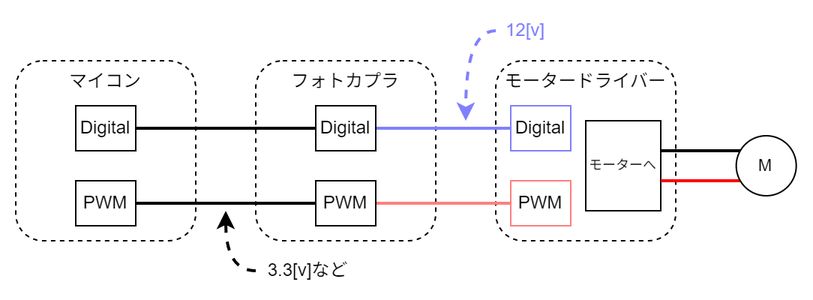
Earlier version of the draw.io export book/resources/BasicContents/motor/digi_pwm_voltage.png (s2301089/Control_General). Source tidied: cells renumbered, new cells last; positions are measured from the earlier drawing's top-left corner, leaving out a move shared by most shapes.
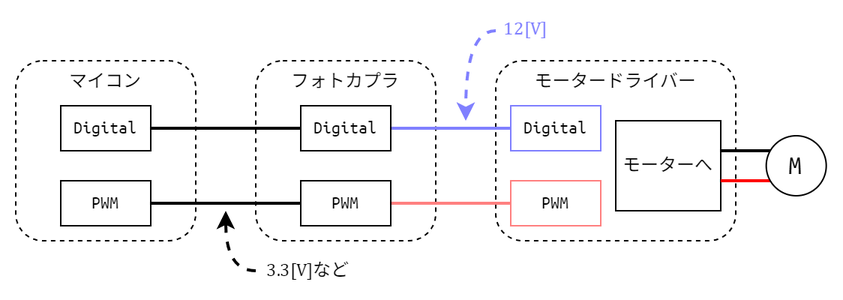
After the change.

The edit, as a diff of the source:
```diff
@@ -2,64 +2,64 @@
   <root>
     <mxCell id="0" />
     <mxCell id="1" parent="0" />
-    <mxCell id="2" value="モータードライバー" style="rounded=1;whiteSpace=wrap;html=1;labelPosition=center;verticalLabelPosition=middle;align=center;verticalAlign=top;dashed=1;" parent="1" vertex="1">
-      <mxGeometry x="320" y="30" width="120" height="120" as="geometry" />
+    <mxCell id="2" value="モータードライバー" style="rounded=1;whiteSpace=wrap;html=1;labelPosition=center;verticalLabelPosition=middle;align=center;verticalAlign=top;dashed=1;fontFamily=ubuntu mono;fontSize=12;" parent="1" vertex="1">
+      <mxGeometry x="320" y="30" width="160" height="120" as="geometry" />
     </mxCell>
-    <mxCell id="3" value="フォトカプラ" style="rounded=1;whiteSpace=wrap;html=1;labelPosition=center;verticalLabelPosition=middle;align=center;verticalAlign=top;dashed=1;" parent="1" vertex="1">
+    <mxCell id="3" value="フォトカプラ" style="rounded=1;whiteSpace=wrap;html=1;labelPosition=center;verticalLabelPosition=middle;align=center;verticalAlign=top;dashed=1;fontFamily=ubuntu mono;fontSize=12;" parent="1" vertex="1">
       <mxGeometry x="160" y="30" width="120" height="120" as="geometry" />
     </mxCell>
-    <mxCell id="4" value="マイコン" style="rounded=1;whiteSpace=wrap;html=1;labelPosition=center;verticalLabelPosition=middle;align=center;verticalAlign=top;dashed=1;" parent="1" vertex="1">
+    <mxCell id="4" value="マイコン" style="rounded=1;whiteSpace=wrap;html=1;labelPosition=center;verticalLabelPosition=middle;align=center;verticalAlign=top;dashed=1;fontFamily=ubuntu mono;fontSize=12;" parent="1" vertex="1">
       <mxGeometry y="30" width="120" height="120" as="geometry" />
     </mxCell>
-    <mxCell id="5" style="edgeStyle=orthogonalEdgeStyle;shape=connector;rounded=0;jettySize=auto;html=1;exitX=1;exitY=0.5;exitDx=0;exitDy=0;strokeColor=#000000;strokeWidth=2;align=center;verticalAlign=middle;fontFamily=Helvetica;fontSize=11;fontColor=default;labelBackgroundColor=default;startFill=0;endArrow=none;" parent="1" edge="1" source="6" target="10">
+    <mxCell id="5" style="edgeStyle=orthogonalEdgeStyle;shape=connector;rounded=0;jettySize=auto;html=1;exitX=1;exitY=0.5;exitDx=0;exitDy=0;strokeColor=#000000;strokeWidth=2;align=center;verticalAlign=middle;fontFamily=ubuntu mono;fontSize=12;fontColor=default;labelBackgroundColor=default;startFill=0;endArrow=none;" parent="1" edge="1" source="6" target="10">
       <mxGeometry relative="1" as="geometry" />
     </mxCell>
-    <mxCell id="6" value="Digital" style="rounded=0;whiteSpace=wrap;html=1;" parent="1" vertex="1">
-      <mxGeometry x="40" y="60" width="40" height="30" as="geometry" />
+    <mxCell id="6" value="Digital" style="rounded=0;whiteSpace=wrap;html=1;fontFamily=ubuntu mono;fontSize=12;" parent="1" vertex="1">
+      <mxGeometry x="30" y="60" width="60" height="30" as="geometry" />
     </mxCell>
-    <mxCell id="7" style="edgeStyle=orthogonalEdgeStyle;rounded=0;jettySize=auto;html=1;exitX=1;exitY=0.5;exitDx=0;exitDy=0;endArrow=none;startFill=0;strokeWidth=2;strokeColor=#000000;" parent="1" edge="1" source="8" target="12">
+    <mxCell id="7" style="edgeStyle=orthogonalEdgeStyle;rounded=0;jettySize=auto;html=1;exitX=1;exitY=0.5;exitDx=0;exitDy=0;endArrow=none;startFill=0;strokeWidth=2;strokeColor=#000000;fontFamily=ubuntu mono;fontSize=12;" parent="1" edge="1" source="8" target="12">
       <mxGeometry relative="1" as="geometry" />
     </mxCell>
-    <mxCell id="8" value="PWM" style="rounded=0;whiteSpace=wrap;html=1;" parent="1" vertex="1">
-      <mxGeometry x="40" y="110" width="40" height="30" as="geometry" />
+    <mxCell id="8" value="PWM" style="rounded=0;whiteSpace=wrap;html=1;fontFamily=ubuntu mono;fontSize=12;" parent="1" vertex="1">
+      <mxGeometry x="30" y="110" width="60" height="30" as="geometry" />
     </mxCell>
-    <mxCell id="9" style="edgeStyle=orthogonalEdgeStyle;shape=connector;rounded=0;jettySize=auto;html=1;exitX=1;exitY=0.5;exitDx=0;exitDy=0;strokeColor=#8080FF;strokeWidth=2;align=center;verticalAlign=middle;fontFamily=Helvetica;fontSize=11;fontColor=default;labelBackgroundColor=default;startFill=0;endArrow=none;" parent="1" edge="1" source="10" target="13">
+    <mxCell id="9" style="edgeStyle=orthogonalEdgeStyle;shape=connector;rounded=0;jettySize=auto;html=1;exitX=1;exitY=0.5;exitDx=0;exitDy=0;strokeColor=#8080FF;strokeWidth=2;align=center;verticalAlign=middle;fontFamily=ubuntu mono;fontSize=12;fontColor=default;labelBackgroundColor=default;startFill=0;endArrow=none;" parent="1" edge="1" source="10" target="13">
       <mxGeometry relative="1" as="geometry" />
     </mxCell>
-    <mxCell id="10" value="Digital" style="rounded=0;whiteSpace=wrap;html=1;" parent="1" vertex="1">
-      <mxGeometry x="200" y="60" width="40" height="30" as="geometry" />
+    <mxCell id="10" value="Digital" style="rounded=0;whiteSpace=wrap;html=1;fontFamily=ubuntu mono;fontSize=12;" parent="1" vertex="1">
+      <mxGeometry x="190" y="60" width="60" height="30" as="geometry" />
     </mxCell>
-    <mxCell id="11" style="edgeStyle=orthogonalEdgeStyle;shape=connector;rounded=0;jettySize=auto;html=1;exitX=1;exitY=0.5;exitDx=0;exitDy=0;strokeColor=#FF8080;strokeWidth=2;align=center;verticalAlign=middle;fontFamily=Helvetica;fontSize=11;fontColor=default;labelBackgroundColor=default;startFill=0;endArrow=none;" parent="1" edge="1" source="12" target="14">
+    <mxCell id="11" style="edgeStyle=orthogonalEdgeStyle;shape=connector;rounded=0;jettySize=auto;html=1;exitX=1;exitY=0.5;exitDx=0;exitDy=0;strokeColor=#FF8080;strokeWidth=2;align=center;verticalAlign=middle;fontFamily=ubuntu mono;fontSize=12;fontColor=default;labelBackgroundColor=default;startFill=0;endArrow=none;" parent="1" edge="1" source="12" target="14">
       <mxGeometry relative="1" as="geometry" />
     </mxCell>
-    <mxCell id="12" value="PWM" style="rounded=0;whiteSpace=wrap;html=1;" parent="1" vertex="1">
-      <mxGeometry x="200" y="110" width="40" height="30" as="geometry" />
+    <mxCell id="12" value="PWM" style="rounded=0;whiteSpace=wrap;html=1;fontFamily=ubuntu mono;fontSize=12;" parent="1" vertex="1">
+      <mxGeometry x="190" y="110" width="60" height="30" as="geometry" />
     </mxCell>
-    <mxCell id="13" value="Digital" style="rounded=0;whiteSpace=wrap;html=1;strokeColor=#8080FF;" parent="1" vertex="1">
-      <mxGeometry x="330" y="60" width="40" height="30" as="geometry" />
+    <mxCell id="13" value="Digital" style="rounded=0;whiteSpace=wrap;html=1;strokeColor=#8080FF;fontFamily=ubuntu mono;fontSize=12;" parent="1" vertex="1">
+      <mxGeometry x="330" y="60" width="60" height="30" as="geometry" />
     </mxCell>
-    <mxCell id="14" value="PWM" style="rounded=0;whiteSpace=wrap;html=1;strokeColor=#FF8080;" parent="1" vertex="1">
-      <mxGeometry x="330" y="110" width="40" height="30" as="geometry" />
+    <mxCell id="14" value="PWM" style="rounded=0;whiteSpace=wrap;html=1;strokeColor=#FF8080;fontFamily=ubuntu mono;fontSize=12;" parent="1" vertex="1">
+      <mxGeometry x="330" y="110" width="60" height="30" as="geometry" />
     </mxCell>
-    <mxCell id="15" value="モーターへ" style="rounded=0;whiteSpace=wrap;html=1;fontFamily=Helvetica;fontSize=9;fontColor=default;labelBackgroundColor=default;" parent="1" vertex="1">
-      <mxGeometry x="380" y="70" width="50" height="60" as="geometry" />
+    <mxCell id="15" value="モーターへ" style="rounded=0;whiteSpace=wrap;html=1;fontFamily=ubuntu mono;fontSize=12;fontColor=default;labelBackgroundColor=default;" parent="1" vertex="1">
+      <mxGeometry x="400" y="70" width="70" height="60" as="geometry" />
     </mxCell>
-    <mxCell id="16" style="endArrow=none;html=1;rounded=0;strokeColor=#FF0000;strokeWidth=2;align=center;verticalAlign=middle;fontFamily=Helvetica;fontSize=11;fontColor=#000000;labelBackgroundColor=default;edgeStyle=orthogonalEdgeStyle;exitX=0.987;exitY=0.34;exitDx=0;exitDy=0;exitPerimeter=0;entryX=0.492;entryY=0.25;entryDx=0;entryDy=0;entryPerimeter=0;" parent="1" edge="1">
+    <mxCell id="16" style="endArrow=none;html=1;rounded=0;strokeColor=#FF0000;strokeWidth=2;align=center;verticalAlign=middle;fontFamily=ubuntu mono;fontSize=12;fontColor=#000000;labelBackgroundColor=default;edgeStyle=orthogonalEdgeStyle;entryX=0.492;entryY=0.25;entryDx=0;entryDy=0;entryPerimeter=0;" parent="1" edge="1">
       <mxGeometry relative="1" as="geometry">
-        <mxPoint x="430" y="110" as="sourcePoint" />
-        <mxPoint x="501" y="110" as="targetPoint" />
+        <mxPoint x="470" y="110" as="sourcePoint" />
+        <mxPoint x="521" y="110" as="targetPoint" />
       </mxGeometry>
     </mxCell>
-    <mxCell id="17" style="endArrow=none;html=1;rounded=0;strokeColor=#000000;strokeWidth=2;align=center;verticalAlign=middle;fontFamily=Helvetica;fontSize=11;fontColor=default;labelBackgroundColor=default;edgeStyle=orthogonalEdgeStyle;exitX=0.987;exitY=0.34;exitDx=0;exitDy=0;exitPerimeter=0;entryX=0.492;entryY=0.25;entryDx=0;entryDy=0;entryPerimeter=0;" parent="1" edge="1">
+    <mxCell id="17" style="endArrow=none;html=1;rounded=0;strokeColor=#000000;strokeWidth=2;align=center;verticalAlign=middle;fontFamily=ubuntu mono;fontSize=12;fontColor=default;labelBackgroundColor=default;edgeStyle=orthogonalEdgeStyle;entryX=0.492;entryY=0.25;entryDx=0;entryDy=0;entryPerimeter=0;" parent="1" edge="1">
       <mxGeometry relative="1" as="geometry">
-        <mxPoint x="430" y="90" as="sourcePoint" />
-        <mxPoint x="501" y="90" as="targetPoint" />
+        <mxPoint x="470" y="90" as="sourcePoint" />
+        <mxPoint x="521" y="90" as="targetPoint" />
       </mxGeometry>
     </mxCell>
-    <mxCell id="18" value="M" style="ellipse;whiteSpace=wrap;html=1;fontFamily=Helvetica;fontSize=11;fontColor=default;labelBackgroundColor=default;" parent="1" vertex="1">
-      <mxGeometry x="480.3" y="80" width="40" height="40" as="geometry" />
+    <mxCell id="18" value="M" style="ellipse;whiteSpace=wrap;html=1;fontFamily=ubuntu mono;fontSize=18;fontColor=default;labelBackgroundColor=default;" parent="1" vertex="1">
+      <mxGeometry x="500.3" y="80" width="40" height="40" as="geometry" />
     </mxCell>
-    <mxCell id="19" style="curved=1;endArrow=classic;html=1;rounded=0;strokeColor=#000000;strokeWidth=2;align=center;verticalAlign=middle;fontFamily=Helvetica;fontSize=11;fontColor=default;labelBackgroundColor=default;edgeStyle=orthogonalEdgeStyle;dashed=1;exitX=0;exitY=0.5;exitDx=0;exitDy=0;" parent="1" edge="1" source="20">
+    <mxCell id="19" style="curved=1;endArrow=classic;html=1;rounded=0;strokeColor=#000000;strokeWidth=2;align=center;verticalAlign=middle;fontFamily=ubuntu mono;fontSize=12;fontColor=default;labelBackgroundColor=default;edgeStyle=orthogonalEdgeStyle;dashed=1;exitX=0;exitY=0.5;exitDx=0;exitDy=0;" parent="1" edge="1" source="20">
       <mxGeometry relative="1" as="geometry">
         <mxPoint x="140" y="130" as="targetPoint" />
         <Array as="points">
@@ -67,10 +67,10 @@
         </Array>
       </mxGeometry>
     </mxCell>
-    <mxCell id="20" value="3.3[v]など" style="text;html=1;align=center;verticalAlign=middle;whiteSpace=wrap;rounded=0;fontFamily=Helvetica;fontSize=12;fontColor=default;labelBackgroundColor=default;" parent="1" vertex="1">
+    <mxCell id="20" value="&lt;font face=&quot;Cambria Math&quot;&gt;3.3[V]&lt;/font&gt;など" style="text;html=1;align=center;verticalAlign=middle;whiteSpace=wrap;rounded=0;fontFamily=ubuntu mono;fontSize=12;fontColor=default;labelBackgroundColor=default;" parent="1" vertex="1">
       <mxGeometry x="160" y="160" width="70" height="20" as="geometry" />
     </mxCell>
-    <mxCell id="21" style="curved=1;endArrow=classic;html=1;rounded=0;strokeColor=#8080FF;strokeWidth=2;align=center;verticalAlign=middle;fontFamily=Helvetica;fontSize=11;fontColor=#8080FF;labelBackgroundColor=default;edgeStyle=orthogonalEdgeStyle;dashed=1;" parent="1" edge="1">
+    <mxCell id="21" style="curved=1;endArrow=classic;html=1;rounded=0;strokeColor=#8080FF;strokeWidth=2;align=center;verticalAlign=middle;fontFamily=ubuntu mono;fontSize=12;fontColor=#8080FF;labelBackgroundColor=default;edgeStyle=orthogonalEdgeStyle;dashed=1;" parent="1" edge="1">
       <mxGeometry relative="1" as="geometry">
         <mxPoint x="320" y="10" as="sourcePoint" />
         <mxPoint x="300" y="70" as="targetPoint" />
@@ -79,7 +79,7 @@
         </Array>
       </mxGeometry>
     </mxCell>
-    <mxCell id="22" value="12[v]" style="text;html=1;align=center;verticalAlign=middle;whiteSpace=wrap;rounded=0;fontFamily=Helvetica;fontSize=12;fontColor=#8080FF;labelBackgroundColor=default;" parent="1" vertex="1">
+    <mxCell id="22" value="12[V]" style="text;html=1;align=center;verticalAlign=middle;whiteSpace=wrap;rounded=0;fontFamily=Cambria Math;fontSize=12;fontColor=#8080FF;labelBackgroundColor=default;" parent="1" vertex="1">
       <mxGeometry x="320" width="40" height="20" as="geometry" />
     </mxCell>
   </root>
```
